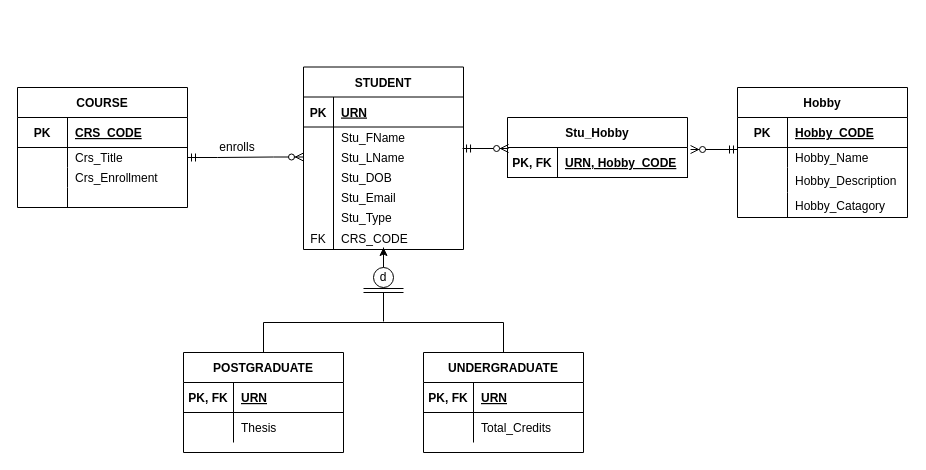
This is coursework-EERD.drawio from Fin-JNINJA/webdatabasechristmas, a draw.io file, before an edit. Source tidied: cells renumbered, new cells numbered last; positions are measured from the earlier drawing's top-left corner, leaving out a move shared by most shapes. Both pictures are drawn from the tidied source at 100%, with x=0, y=0 at pixel (17, 67).
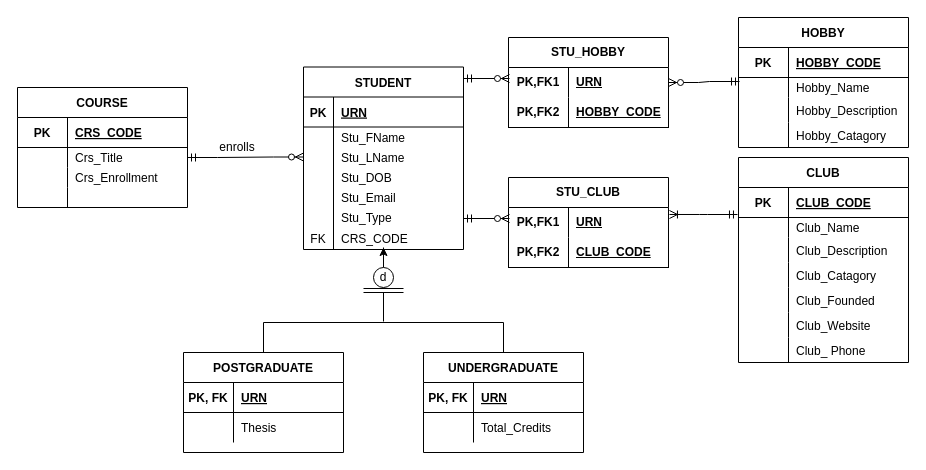
The same diagram, later.

Unchanged cells that the change refers to:
```xml
<mxCell id="10" style="shape=partialRectangle;fillColor=none;points=[[0,0.5],[1,0.5]];portConstraint=eastwest;top=0;left=0;right=0;bottom=0;" parent="3" vertex="1">
  <mxGeometry y="80" width="160" height="20" as="geometry" />
</mxCell>
<mxCell id="66" style="shape=partialRectangle;fillColor=none;top=0;left=0;right=0;bottom=1;" parent="65" vertex="1">
  <mxGeometry y="30" width="170" height="30" as="geometry" />
</mxCell>
<mxCell id="69" style="shape=partialRectangle;fillColor=none;points=[[0,0.5],[1,0.5]];portConstraint=eastwest;top=0;left=0;right=0;bottom=0;" parent="65" vertex="1">
  <mxGeometry y="60" width="170" height="20" as="geometry" />
</mxCell>
```

What changed in the source:
```diff
@@
-    <mxCell id="65" value="Hobby" style="shape=table;startSize=30;childLayout=tableLayout;rowLines=0;fontStyle=1;align=center;" parent="1" vertex="1">
-      <mxGeometry x="720" y="20" width="170" height="130" as="geometry" />
+    <mxCell id="65" value="HOBBY" style="shape=table;startSize=30;childLayout=tableLayout;rowLines=0;fontStyle=1;align=center;" parent="1" vertex="1">
+      <mxGeometry x="721" y="-50" width="170" height="130" as="geometry" />
     </mxCell>
@@
-    <mxCell id="68" value="Hobby_CODE" style="shape=partialRectangle;overflow=hidden;fillColor=none;top=0;left=0;bottom=0;right=0;align=left;spacingLeft=6;fontStyle=5;" parent="66" vertex="1">
+    <mxCell id="68" value="HOBBY_CODE" style="shape=partialRectangle;overflow=hidden;fillColor=none;top=0;left=0;bottom=0;right=0;align=left;spacingLeft=6;fontStyle=5;" parent="66" vertex="1">
       <mxGeometry x="50" width="120" height="30" as="geometry" />
     </mxCell>
@@
-    <mxCell id="78" value="Stu_Hobby" style="shape=table;startSize=30;childLayout=tableLayout;rowLines=0;fontStyle=1;align=center;" parent="1" vertex="1">
-      <mxGeometry x="490" y="50" width="180" height="60" as="geometry" />
-    </mxCell>
-    <mxCell id="79" style="shape=partialRectangle;fillColor=none;points=[[0,0.5],[1,0.5]];portConstraint=eastwest;top=0;left=0;right=0;bottom=1;" parent="78" vertex="1">
-      <mxGeometry y="30" width="180" height="30" as="geometry" />
-    </mxCell>
-    <mxCell id="80" value="PK, FK" style="shape=partialRectangle;overflow=hidden;fillColor=none;top=0;left=0;bottom=0;right=0;fontStyle=1;" parent="79" vertex="1">
-      <mxGeometry width="50" height="30" as="geometry" />
-    </mxCell>
-    <mxCell id="81" value="URN, Hobby_CODE" style="shape=partialRectangle;overflow=hidden;fillColor=none;top=0;left=0;bottom=0;right=0;align=left;spacingLeft=6;fontStyle=5;" parent="79" vertex="1">
-      <mxGeometry x="50" width="130" height="30" as="geometry" />
-    </mxCell>
-    <mxCell id="82" style="edgeStyle=entityRelationEdgeStyle;fontSize=12;html=1;endArrow=ERzeroToMany;startArrow=ERmandOne;rounded=0;exitX=0.994;exitY=0.075;exitDx=0;exitDy=0;exitPerimeter=0;entryX=0.006;entryY=0.033;entryDx=0;entryDy=0;entryPerimeter=0;" parent="1" edge="1" source="10" target="79">
-      <mxGeometry relative="1" as="geometry" />
+    <mxCell id="82" style="edgeStyle=entityRelationEdgeStyle;fontSize=12;html=1;endArrow=ERzeroToMany;startArrow=ERmandOne;rounded=0;exitX=0.994;exitY=0.075;exitDx=0;exitDy=0;exitPerimeter=0;entryX=0.006;entryY=0.033;entryDx=0;entryDy=0;entryPerimeter=0;" parent="1" edge="1">
+      <mxGeometry relative="1" as="geometry">
+        <mxPoint x="446" y="11" as="sourcePoint" />
+        <mxPoint x="492" y="11" as="targetPoint" />
+      </mxGeometry>
     </mxCell>
-    <mxCell id="83" style="edgeStyle=entityRelationEdgeStyle;fontSize=12;html=1;endArrow=ERzeroToMany;startArrow=ERmandOne;rounded=0;exitX=0;exitY=0.1;exitDx=0;exitDy=0;exitPerimeter=0;entryX=1.017;entryY=0.067;entryDx=0;entryDy=0;entryPerimeter=0;" parent="1" edge="1" source="69" target="79">
-      <mxGeometry relative="1" as="geometry" />
-    </mxCell>
+    <mxCell id="84" value="STU_HOBBY" style="shape=table;startSize=30;childLayout=tableLayout;rowLines=0;fontStyle=1;align=center;html=1;whiteSpace=wrap;" parent="1" vertex="1">
+      <mxGeometry x="491" y="-30" width="160" height="90" as="geometry" />
+    </mxCell>
+    <mxCell id="85" style="shape=tableRow;horizontal=0;startSize=0;swimlaneHead=0;swimlaneBody=0;fillColor=none;points=[[0,0.5],[1,0.5]];portConstraint=eastwest;top=0;left=0;right=0;bottom=0;html=1;" parent="84" vertex="1">
+      <mxGeometry y="30" width="160" height="30" as="geometry" />
+    </mxCell>
+    <mxCell id="86" value="PK,FK1" style="shape=partialRectangle;fillColor=none;top=0;left=0;bottom=0;right=0;fontStyle=1;overflow=hidden;html=1;whiteSpace=wrap;" parent="85" vertex="1">
+      <mxGeometry width="60" height="30" as="geometry" />
+    </mxCell>
+    <mxCell id="87" value="URN" style="shape=partialRectangle;fillColor=none;top=0;left=0;bottom=0;right=0;align=left;spacingLeft=6;fontStyle=5;overflow=hidden;html=1;whiteSpace=wrap;" parent="85" vertex="1">
+      <mxGeometry x="60" width="100" height="30" as="geometry" />
+    </mxCell>
+    <mxCell id="88" style="shape=tableRow;horizontal=0;startSize=0;swimlaneHead=0;swimlaneBody=0;fillColor=none;top=0;left=0;right=0;bottom=1;html=1;" parent="84" vertex="1">
+      <mxGeometry y="60" width="160" height="30" as="geometry" />
+    </mxCell>
+    <mxCell id="89" value="PK,FK2" style="shape=partialRectangle;fillColor=none;top=0;left=0;bottom=0;right=0;fontStyle=1;overflow=hidden;html=1;whiteSpace=wrap;" parent="88" vertex="1">
+      <mxGeometry width="60" height="30" as="geometry" />
+    </mxCell>
+    <mxCell id="90" value="HOBBY_CODE" style="shape=partialRectangle;fillColor=none;top=0;left=0;bottom=0;right=0;align=left;spacingLeft=6;fontStyle=5;overflow=hidden;html=1;whiteSpace=wrap;" parent="88" vertex="1">
+      <mxGeometry x="60" width="100" height="30" as="geometry" />
+    </mxCell>
+    <mxCell id="91" style="edgeStyle=entityRelationEdgeStyle;fontSize=12;html=1;endArrow=ERzeroToMany;startArrow=ERmandOne;rounded=0;entryX=1;entryY=0.5;entryDx=0;entryDy=0;exitX=0.006;exitY=0.2;exitDx=0;exitDy=0;exitPerimeter=0;" parent="1" edge="1" source="69" target="85">
+      <mxGeometry relative="1" as="geometry" />
+    </mxCell>
+    <mxCell id="92" value="CLUB" style="shape=table;startSize=30;childLayout=tableLayout;rowLines=0;fontStyle=1;align=center;" parent="1" vertex="1">
+      <mxGeometry x="721" y="90" width="170" height="205" as="geometry" />
+    </mxCell>
+    <mxCell id="93" style="shape=partialRectangle;fillColor=none;top=0;left=0;right=0;bottom=1;" parent="92" vertex="1">
+      <mxGeometry y="30" width="170" height="30" as="geometry" />
+    </mxCell>
+    <mxCell id="94" value="PK" style="shape=partialRectangle;overflow=hidden;fillColor=none;top=0;left=0;bottom=0;right=0;fontStyle=1;" parent="93" vertex="1">
+      <mxGeometry width="50" height="30" as="geometry" />
+    </mxCell>
+    <mxCell id="95" value="CLUB_CODE" style="shape=partialRectangle;overflow=hidden;fillColor=none;top=0;left=0;bottom=0;right=0;align=left;spacingLeft=6;fontStyle=5;" parent="93" vertex="1">
+      <mxGeometry x="50" width="120" height="30" as="geometry" />
+    </mxCell>
+    <mxCell id="96" style="shape=partialRectangle;fillColor=none;points=[[0,0.5],[1,0.5]];portConstraint=eastwest;top=0;left=0;right=0;bottom=0;" parent="92" vertex="1">
+      <mxGeometry y="60" width="170" height="20" as="geometry" />
+    </mxCell>
+    <mxCell id="97" style="shape=partialRectangle;overflow=hidden;fillColor=none;top=0;left=0;bottom=0;right=0;" parent="96" vertex="1">
+      <mxGeometry width="50" height="20" as="geometry" />
+    </mxCell>
+    <mxCell id="98" value="Club_Name" style="shape=partialRectangle;overflow=hidden;fillColor=none;top=0;left=0;bottom=0;right=0;align=left;spacingLeft=6;" parent="96" vertex="1">
+      <mxGeometry x="50" width="120" height="20" as="geometry" />
+    </mxCell>
+    <mxCell id="99" style="shape=partialRectangle;fillColor=none;top=0;left=0;right=0;bottom=0;" parent="92" vertex="1">
+      <mxGeometry y="80" width="170" height="25" as="geometry" />
+    </mxCell>
+    <mxCell id="100" style="shape=partialRectangle;overflow=hidden;fillColor=none;top=0;left=0;bottom=0;right=0;" parent="99" vertex="1">
+      <mxGeometry width="50" height="25" as="geometry" />
+    </mxCell>
+    <mxCell id="101" value="Club_Description" style="shape=partialRectangle;overflow=hidden;fillColor=none;top=0;left=0;bottom=0;right=0;align=left;spacingLeft=6;" parent="99" vertex="1">
+      <mxGeometry x="50" width="120" height="25" as="geometry" />
+    </mxCell>
+    <mxCell id="102" style="shape=partialRectangle;fillColor=none;top=0;left=0;right=0;bottom=0;" parent="92" vertex="1">
+      <mxGeometry y="105" width="170" height="25" as="geometry" />
+    </mxCell>
+    <mxCell id="103" style="shape=partialRectangle;overflow=hidden;fillColor=none;top=0;left=0;bottom=0;right=0;" parent="102" vertex="1">
+      <mxGeometry width="50" height="25" as="geometry" />
+    </mxCell>
+    <mxCell id="104" value="Club_Catagory" style="shape=partialRectangle;overflow=hidden;fillColor=none;top=0;left=0;bottom=0;right=0;align=left;spacingLeft=6;" parent="102" vertex="1">
+      <mxGeometry x="50" width="120" height="25" as="geometry" />
+    </mxCell>
+    <mxCell id="105" style="shape=partialRectangle;fillColor=none;top=0;left=0;right=0;bottom=0;" parent="92" vertex="1">
+      <mxGeometry y="130" width="170" height="25" as="geometry" />
+    </mxCell>
+    <mxCell id="106" style="shape=partialRectangle;overflow=hidden;fillColor=none;top=0;left=0;bottom=0;right=0;" parent="105" vertex="1">
+      <mxGeometry width="50" height="25" as="geometry" />
+    </mxCell>
+    <mxCell id="107" value="Club_Founded" style="shape=partialRectangle;overflow=hidden;fillColor=none;top=0;left=0;bottom=0;right=0;align=left;spacingLeft=6;" parent="105" vertex="1">
+      <mxGeometry x="50" width="120" height="25" as="geometry" />
+    </mxCell>
+    <mxCell id="108" style="shape=partialRectangle;fillColor=none;top=0;left=0;right=0;bottom=0;" parent="92" vertex="1">
+      <mxGeometry y="155" width="170" height="25" as="geometry" />
+    </mxCell>
+    <mxCell id="109" style="shape=partialRectangle;overflow=hidden;fillColor=none;top=0;left=0;bottom=0;right=0;" parent="108" vertex="1">
+      <mxGeometry width="50" height="25" as="geometry" />
+    </mxCell>
+    <mxCell id="110" value="Club_Website" style="shape=partialRectangle;overflow=hidden;fillColor=none;top=0;left=0;bottom=0;right=0;align=left;spacingLeft=6;" parent="108" vertex="1">
+      <mxGeometry x="50" width="120" height="25" as="geometry" />
+    </mxCell>
+    <mxCell id="111" style="shape=partialRectangle;fillColor=none;top=0;left=0;right=0;bottom=0;" parent="92" vertex="1">
+      <mxGeometry y="180" width="170" height="25" as="geometry" />
+    </mxCell>
+    <mxCell id="112" style="shape=partialRectangle;overflow=hidden;fillColor=none;top=0;left=0;bottom=0;right=0;" parent="111" vertex="1">
+      <mxGeometry width="50" height="25" as="geometry" />
+    </mxCell>
+    <mxCell id="113" value="Club_ Phone" style="shape=partialRectangle;overflow=hidden;fillColor=none;top=0;left=0;bottom=0;right=0;align=left;spacingLeft=6;" parent="111" vertex="1">
+      <mxGeometry x="50" width="120" height="25" as="geometry" />
+    </mxCell>
+    <mxCell id="114" style="edgeStyle=entityRelationEdgeStyle;fontSize=12;html=1;endArrow=ERzeroToMany;startArrow=ERmandOne;rounded=0;exitX=0.994;exitY=0.075;exitDx=0;exitDy=0;exitPerimeter=0;entryX=0.006;entryY=0.033;entryDx=0;entryDy=0;entryPerimeter=0;" parent="1" edge="1">
+      <mxGeometry relative="1" as="geometry">
+        <mxPoint x="446" y="151" as="sourcePoint" />
+        <mxPoint x="492" y="151" as="targetPoint" />
+      </mxGeometry>
+    </mxCell>
+    <mxCell id="115" value="STU_CLUB" style="shape=table;startSize=30;childLayout=tableLayout;rowLines=0;fontStyle=1;align=center;html=1;whiteSpace=wrap;" parent="1" vertex="1">
+      <mxGeometry x="491" y="110" width="160" height="90" as="geometry" />
+    </mxCell>
+    <mxCell id="116" style="shape=tableRow;horizontal=0;startSize=0;swimlaneHead=0;swimlaneBody=0;fillColor=none;points=[[0,0.5],[1,0.5]];portConstraint=eastwest;top=0;left=0;right=0;bottom=0;html=1;" parent="115" vertex="1">
+      <mxGeometry y="30" width="160" height="30" as="geometry" />
+    </mxCell>
+    <mxCell id="117" value="PK,FK1" style="shape=partialRectangle;fillColor=none;top=0;left=0;bottom=0;right=0;fontStyle=1;overflow=hidden;html=1;whiteSpace=wrap;" parent="116" vertex="1">
+      <mxGeometry width="60" height="30" as="geometry" />
+    </mxCell>
+    <mxCell id="118" value="URN" style="shape=partialRectangle;fillColor=none;top=0;left=0;bottom=0;right=0;align=left;spacingLeft=6;fontStyle=5;overflow=hidden;html=1;whiteSpace=wrap;" parent="116" vertex="1">
+      <mxGeometry x="60" width="100" height="30" as="geometry" />
+    </mxCell>
+    <mxCell id="119" style="shape=tableRow;horizontal=0;startSize=0;swimlaneHead=0;swimlaneBody=0;fillColor=none;top=0;left=0;right=0;bottom=1;html=1;" parent="115" vertex="1">
+      <mxGeometry y="60" width="160" height="30" as="geometry" />
+    </mxCell>
+    <mxCell id="120" value="PK,FK2" style="shape=partialRectangle;fillColor=none;top=0;left=0;bottom=0;right=0;fontStyle=1;overflow=hidden;html=1;whiteSpace=wrap;" parent="119" vertex="1">
+      <mxGeometry width="60" height="30" as="geometry" />
+    </mxCell>
+    <mxCell id="121" value="CLUB_CODE" style="shape=partialRectangle;fillColor=none;top=0;left=0;bottom=0;right=0;align=left;spacingLeft=6;fontStyle=5;overflow=hidden;html=1;whiteSpace=wrap;" parent="119" vertex="1">
+      <mxGeometry x="60" width="100" height="30" as="geometry" />
+    </mxCell>
+    <mxCell id="122" style="edgeStyle=entityRelationEdgeStyle;fontSize=12;html=1;endArrow=ERoneToMany;startArrow=ERmandOne;rounded=0;entryX=1.006;entryY=0.233;entryDx=0;entryDy=0;entryPerimeter=0;exitX=-0.006;exitY=-0.15;exitDx=0;exitDy=0;exitPerimeter=0;" parent="1" edge="1" source="96" target="116">
+      <mxGeometry relative="1" as="geometry" />
+    </mxCell>
```
